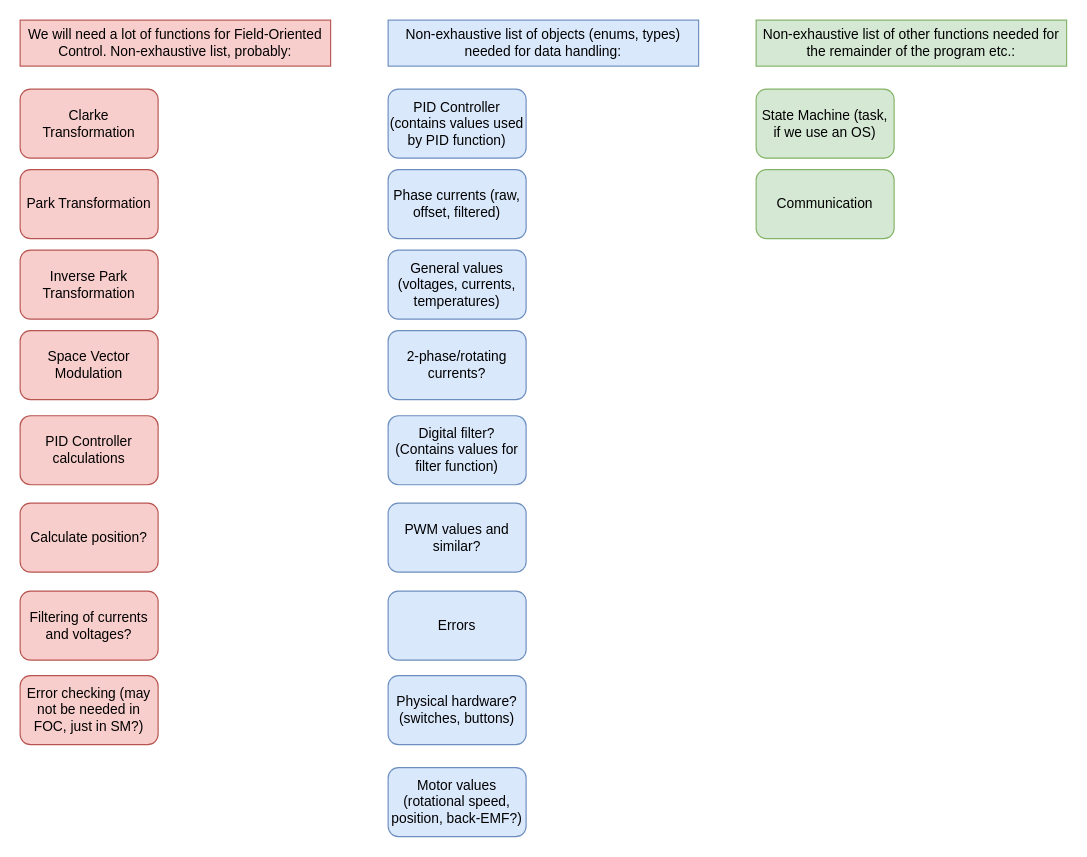
The draw.io diagram page "Software Structure" (4 of 5) of Overview/ElectricGoKart.drawio in SR-Madsen/ElectricGoKart, before the edit. Source tidied: cells renumbered, new cells numbered last; positions are measured from the earlier drawing's top-left corner, leaving out a move shared by most shapes. Both pictures are drawn from the tidied source at 115%, with x=0, y=0 at pixel (20, 20).
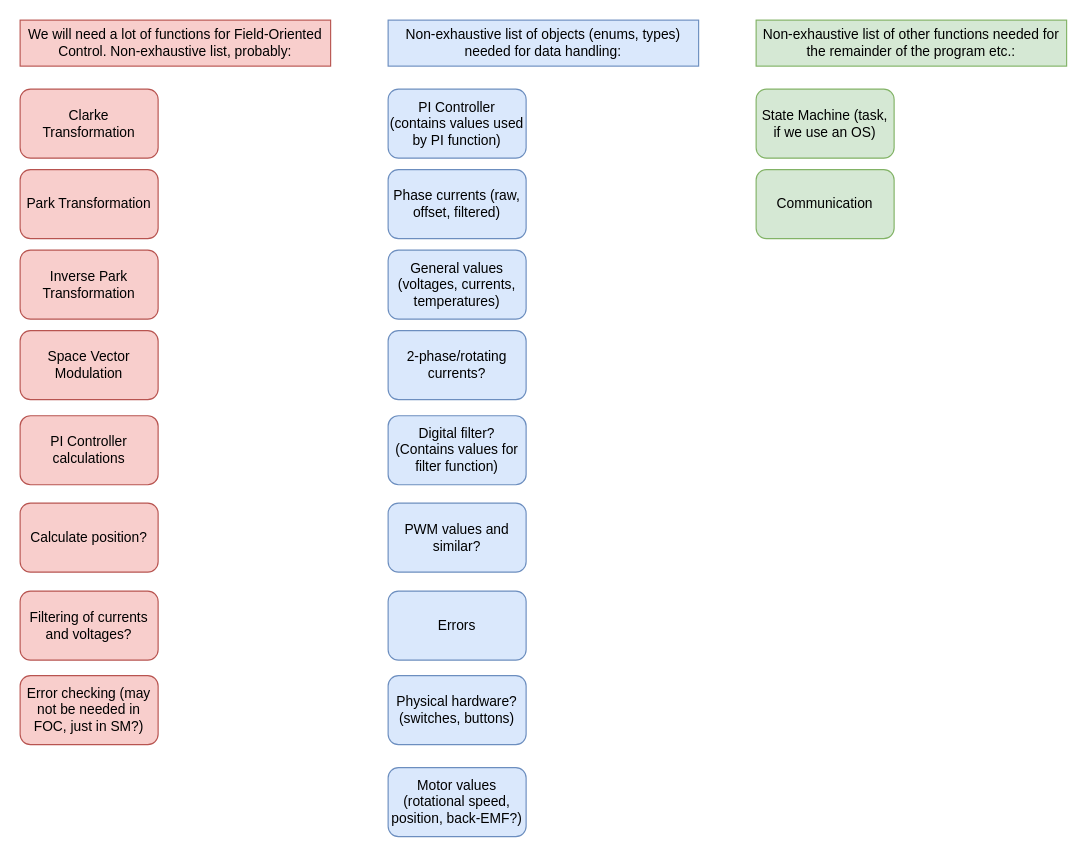
Above is the later version.

The edit, as a diff of the source:
```diff
@@
-    <mxCell id="8" value="PID Controller calculations" style="rounded=1;whiteSpace=wrap;html=1;fillColor=#f8cecc;strokeColor=#b85450;" parent="1" vertex="1">
+    <mxCell id="8" value="PI Controller calculations" style="rounded=1;whiteSpace=wrap;html=1;fillColor=#f8cecc;strokeColor=#b85450;" parent="1" vertex="1">
       <mxGeometry y="344" width="120" height="60" as="geometry" />
     </mxCell>
@@
-    <mxCell id="10" value="PID Controller (contains values used by PID function)" style="rounded=1;whiteSpace=wrap;html=1;fillColor=#dae8fc;strokeColor=#6c8ebf;" parent="1" vertex="1">
+    <mxCell id="10" value="PI Controller (contains values used by PI function)" style="rounded=1;whiteSpace=wrap;html=1;fillColor=#dae8fc;strokeColor=#6c8ebf;" parent="1" vertex="1">
       <mxGeometry x="320" y="60" width="120" height="60" as="geometry" />
     </mxCell>
```
